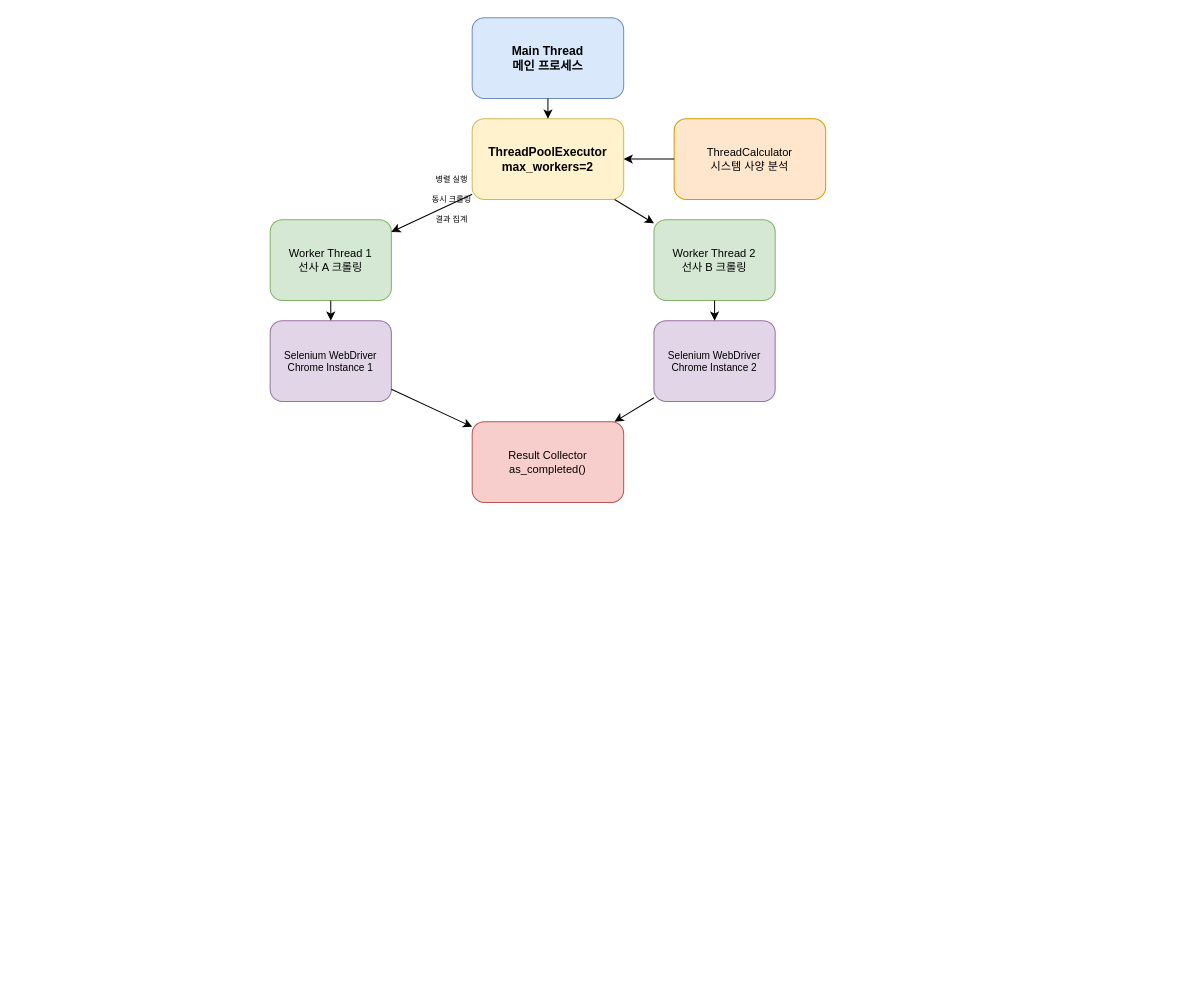
Above: threadHandling.drawio in Binkoon/RPA_Crawling (draw.io), before the change. Source tidied: cells renumbered, new cells numbered last; positions are measured from the earlier drawing's top-left corner, leaving out a move shared by most shapes. Both pictures are drawn from the tidied source at 101%, with x=0, y=0 at pixel (270, 17).
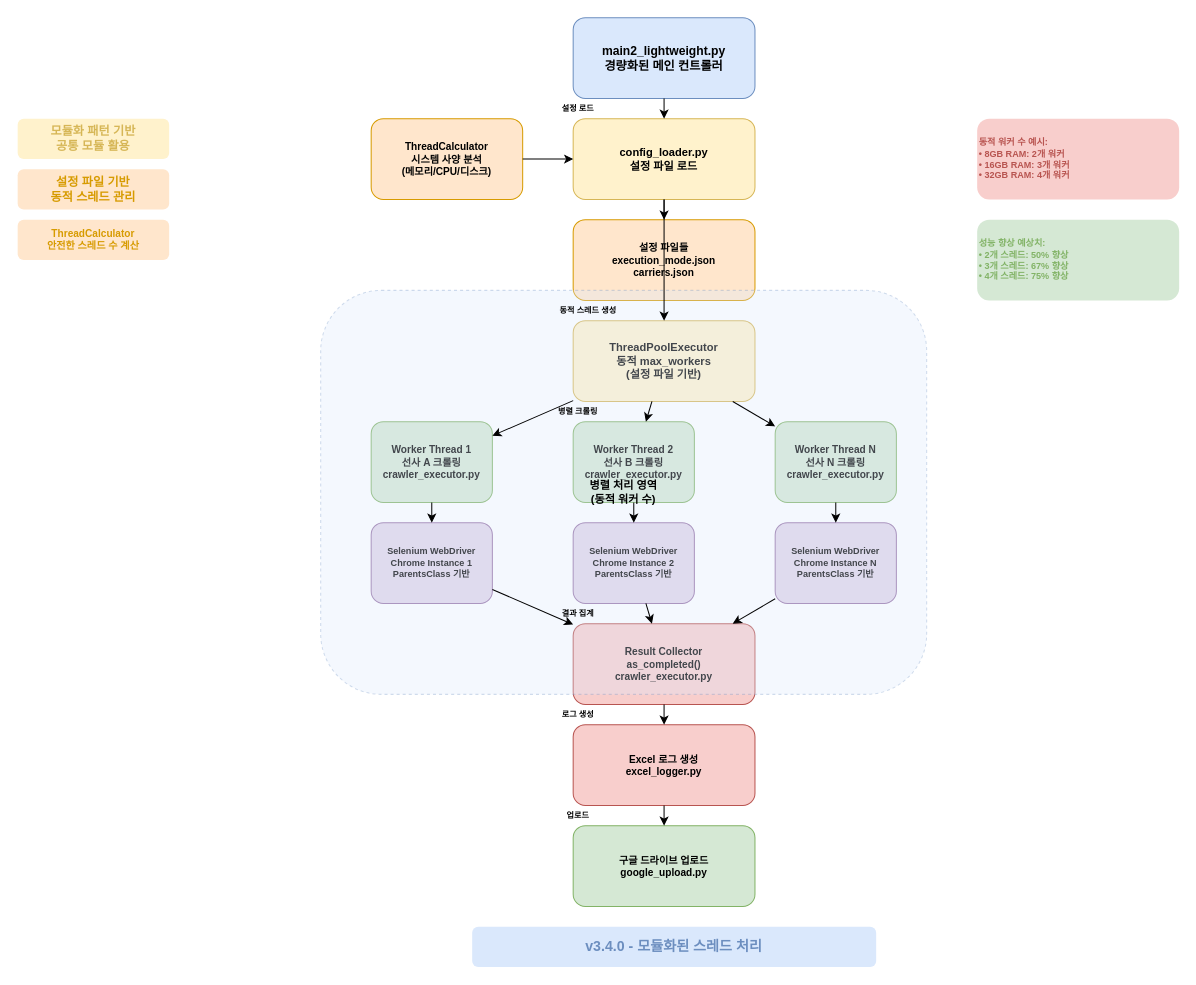
The same page after the edit.

What changed in the source:
```diff
@@
-    <mxCell id="2" value="Main Thread&#10;메인 프로세스" style="rounded=1;whiteSpace=wrap;html=1;fillColor=#dae8fc;strokeColor=#6c8ebf;fontSize=12;fontStyle=1;" parent="1" vertex="1">
-      <mxGeometry x="200" width="150" height="80" as="geometry" />
+    <mxCell id="2" value="main2_lightweight.py&#10;경량화된 메인 컨트롤러" style="rounded=1;whiteSpace=wrap;html=1;fillColor=#dae8fc;strokeColor=#6c8ebf;fontSize=12;fontStyle=1;" parent="1" vertex="1">
+      <mxGeometry x="300" width="180" height="80" as="geometry" />
     </mxCell>
+    <mxCell id="21" value="config_loader.py&#10;설정 파일 로드" style="rounded=1;whiteSpace=wrap;html=1;fillColor=#fff2cc;strokeColor=#d6b656;fontSize=11;fontStyle=1;" parent="1" vertex="1">
+      <mxGeometry x="300" y="100" width="180" height="80" as="geometry" />
+    </mxCell>
+    <mxCell id="22" value="설정 파일들&#10;execution_mode.json&#10;carriers.json" style="rounded=1;whiteSpace=wrap;html=1;fillColor=#ffe6cc;strokeColor=#d79b00;fontSize=10;fontStyle=1;" parent="1" vertex="1">
+      <mxGeometry x="300" y="200" width="180" height="80" as="geometry" />
+    </mxCell>
+    <mxCell id="9" value="ThreadCalculator&#10;시스템 사양 분석&#10;(메모리/CPU/디스크)" style="rounded=1;whiteSpace=wrap;html=1;fillColor=#ffe6cc;strokeColor=#d79b00;fontSize=10;fontStyle=1;" parent="1" vertex="1">
+      <mxGeometry x="100" y="100" width="150" height="80" as="geometry" />
+    </mxCell>
-    <mxCell id="3" value="ThreadPoolExecutor&#10;max_workers=2" style="rounded=1;whiteSpace=wrap;html=1;fillColor=#fff2cc;strokeColor=#d6b656;fontSize=12;fontStyle=1;" parent="1" vertex="1">
-      <mxGeometry x="200" y="100" width="150" height="80" as="geometry" />
+    <mxCell id="3" value="ThreadPoolExecutor&#10;동적 max_workers&#10;(설정 파일 기반)" style="rounded=1;whiteSpace=wrap;html=1;fillColor=#fff2cc;strokeColor=#d6b656;fontSize=11;fontStyle=1;" parent="1" vertex="1">
+      <mxGeometry x="300" y="300" width="180" height="80" as="geometry" />
     </mxCell>
-    <mxCell id="4" value="Worker Thread 1&#10;선사 A 크롤링" style="rounded=1;whiteSpace=wrap;html=1;fillColor=#d5e8d4;strokeColor=#82b366;fontSize=11;" parent="1" vertex="1">
-      <mxGeometry y="200" width="120" height="80" as="geometry" />
+    <mxCell id="4" value="Worker Thread 1&#10;선사 A 크롤링&#10;crawler_executor.py" style="rounded=1;whiteSpace=wrap;html=1;fillColor=#d5e8d4;strokeColor=#82b366;fontSize=10;fontStyle=1;" parent="1" vertex="1">
+      <mxGeometry x="100" y="400" width="120" height="80" as="geometry" />
     </mxCell>
-    <mxCell id="5" value="Worker Thread 2&#10;선사 B 크롤링" style="rounded=1;whiteSpace=wrap;html=1;fillColor=#d5e8d4;strokeColor=#82b366;fontSize=11;" parent="1" vertex="1">
-      <mxGeometry x="380" y="200" width="120" height="80" as="geometry" />
+    <mxCell id="5" value="Worker Thread 2&#10;선사 B 크롤링&#10;crawler_executor.py" style="rounded=1;whiteSpace=wrap;html=1;fillColor=#d5e8d4;strokeColor=#82b366;fontSize=10;fontStyle=1;" parent="1" vertex="1">
+      <mxGeometry x="300" y="400" width="120" height="80" as="geometry" />
     </mxCell>
+    <mxCell id="23" value="Worker Thread N&#10;선사 N 크롤링&#10;crawler_executor.py" style="rounded=1;whiteSpace=wrap;html=1;fillColor=#d5e8d4;strokeColor=#82b366;fontSize=10;fontStyle=1;" parent="1" vertex="1">
+      <mxGeometry x="500" y="400" width="120" height="80" as="geometry" />
+    </mxCell>
-    <mxCell id="6" value="Selenium WebDriver&#10;Chrome Instance 1" style="rounded=1;whiteSpace=wrap;html=1;fillColor=#e1d5e7;strokeColor=#9673a6;fontSize=10;" parent="1" vertex="1">
-      <mxGeometry y="300" width="120" height="80" as="geometry" />
+    <mxCell id="6" value="Selenium WebDriver&#10;Chrome Instance 1&#10;ParentsClass 기반" style="rounded=1;whiteSpace=wrap;html=1;fillColor=#e1d5e7;strokeColor=#9673a6;fontSize=9;fontStyle=1;" parent="1" vertex="1">
+      <mxGeometry x="100" y="500" width="120" height="80" as="geometry" />
     </mxCell>
-    <mxCell id="7" value="Selenium WebDriver&#10;Chrome Instance 2" style="rounded=1;whiteSpace=wrap;html=1;fillColor=#e1d5e7;strokeColor=#9673a6;fontSize=10;" parent="1" vertex="1">
-      <mxGeometry x="380" y="300" width="120" height="80" as="geometry" />
+    <mxCell id="7" value="Selenium WebDriver&#10;Chrome Instance 2&#10;ParentsClass 기반" style="rounded=1;whiteSpace=wrap;html=1;fillColor=#e1d5e7;strokeColor=#9673a6;fontSize=9;fontStyle=1;" parent="1" vertex="1">
+      <mxGeometry x="300" y="500" width="120" height="80" as="geometry" />
     </mxCell>
+    <mxCell id="24" value="Selenium WebDriver&#10;Chrome Instance N&#10;ParentsClass 기반" style="rounded=1;whiteSpace=wrap;html=1;fillColor=#e1d5e7;strokeColor=#9673a6;fontSize=9;fontStyle=1;" parent="1" vertex="1">
+      <mxGeometry x="500" y="500" width="120" height="80" as="geometry" />
+    </mxCell>
-    <mxCell id="8" value="Result Collector&#10;as_completed()" style="rounded=1;whiteSpace=wrap;html=1;fillColor=#f8cecc;strokeColor=#b85450;fontSize=11;" parent="1" vertex="1">
-      <mxGeometry x="200" y="400" width="150" height="80" as="geometry" />
+    <mxCell id="8" value="Result Collector&#10;as_completed()&#10;crawler_executor.py" style="rounded=1;whiteSpace=wrap;html=1;fillColor=#f8cecc;strokeColor=#b85450;fontSize=10;fontStyle=1;" parent="1" vertex="1">
+      <mxGeometry x="300" y="600" width="180" height="80" as="geometry" />
     </mxCell>
-    <mxCell id="9" value="ThreadCalculator&#10;시스템 사양 분석" style="rounded=1;whiteSpace=wrap;html=1;fillColor=#ffe6cc;strokeColor=#d79b00;fontSize=11;" parent="1" vertex="1">
-      <mxGeometry x="400" y="100" width="150" height="80" as="geometry" />
-    </mxCell>
+    <mxCell id="25" value="Excel 로그 생성&#10;excel_logger.py" style="rounded=1;whiteSpace=wrap;html=1;fillColor=#f8cecc;strokeColor=#b85450;fontSize=10;fontStyle=1;" parent="1" vertex="1">
+      <mxGeometry x="300" y="700" width="180" height="80" as="geometry" />
+    </mxCell>
+    <mxCell id="26" value="구글 드라이브 업로드&#10;google_upload.py" style="rounded=1;whiteSpace=wrap;html=1;fillColor=#d5e8d4;strokeColor=#82b366;fontSize=10;fontStyle=1;" parent="1" vertex="1">
+      <mxGeometry x="300" y="800" width="180" height="80" as="geometry" />
+    </mxCell>
+    <mxCell id="27" value="병렬 처리 영역&#10;(동적 워커 수)" style="rounded=1;whiteSpace=wrap;html=1;fillColor=#dae8fc;strokeColor=#6c8ebf;fontSize=11;fontStyle=1;dashed=1;opacity=30;" parent="1" vertex="1">
+      <mxGeometry x="50" y="270" width="600" height="400" as="geometry" />
+    </mxCell>
-    <mxCell id="10" parent="1" edge="1" source="2" target="3">
+    <mxCell id="10" parent="1" edge="1" source="2" target="21">
       <mxGeometry relative="1" as="geometry" />
     </mxCell>
-    <mxCell id="11" parent="1" edge="1" source="3" target="4">
+    <mxCell id="11" parent="1" edge="1" source="21" target="22">
       <mxGeometry relative="1" as="geometry" />
     </mxCell>
-    <mxCell id="12" parent="1" edge="1" source="3" target="5">
+    <mxCell id="12" parent="1" edge="1" source="9" target="21">
       <mxGeometry relative="1" as="geometry" />
     </mxCell>
-    <mxCell id="13" parent="1" edge="1" source="4" target="6">
+    <mxCell id="13" parent="1" edge="1" source="21" target="3">
       <mxGeometry relative="1" as="geometry" />
     </mxCell>
-    <mxCell id="14" parent="1" edge="1" source="5" target="7">
+    <mxCell id="14" parent="1" edge="1" source="3" target="4">
       <mxGeometry relative="1" as="geometry" />
     </mxCell>
-    <mxCell id="15" parent="1" edge="1" source="6" target="8">
+    <mxCell id="15" parent="1" edge="1" source="3" target="5">
       <mxGeometry relative="1" as="geometry" />
     </mxCell>
-    <mxCell id="16" parent="1" edge="1" source="7" target="8">
+    <mxCell id="16" parent="1" edge="1" source="3" target="23">
       <mxGeometry relative="1" as="geometry" />
     </mxCell>
-    <mxCell id="17" parent="1" edge="1" source="9" target="3">
+    <mxCell id="17" parent="1" edge="1" source="4" target="6">
       <mxGeometry relative="1" as="geometry" />
     </mxCell>
+    <mxCell id="28" parent="1" edge="1" source="5" target="7">
+      <mxGeometry relative="1" as="geometry" />
+    </mxCell>
+    <mxCell id="29" parent="1" edge="1" source="23" target="24">
+      <mxGeometry relative="1" as="geometry" />
+    </mxCell>
+    <mxCell id="30" parent="1" edge="1" source="6" target="8">
+      <mxGeometry relative="1" as="geometry" />
+    </mxCell>
+    <mxCell id="31" parent="1" edge="1" source="7" target="8">
+      <mxGeometry relative="1" as="geometry" />
+    </mxCell>
+    <mxCell id="32" parent="1" edge="1" source="24" target="8">
+      <mxGeometry relative="1" as="geometry" />
+    </mxCell>
+    <mxCell id="33" parent="1" edge="1" source="8" target="25">
+      <mxGeometry relative="1" as="geometry" />
+    </mxCell>
+    <mxCell id="34" parent="1" edge="1" source="25" target="26">
+      <mxGeometry relative="1" as="geometry" />
+    </mxCell>
-    <mxCell id="18" value="병렬 실행" style="text;html=1;strokeColor=none;fillColor=none;align=center;verticalAlign=middle;whiteSpace=wrap;rounded=0;fontSize=8;" parent="1" vertex="1">
-      <mxGeometry x="150" y="150" width="60" height="20" as="geometry" />
+    <mxCell id="18" value="설정 로드" style="text;html=1;strokeColor=none;fillColor=none;align=center;verticalAlign=middle;whiteSpace=wrap;rounded=0;fontSize=8;fontStyle=1;" parent="1" vertex="1">
+      <mxGeometry x="275" y="80" width="60" height="20" as="geometry" />
     </mxCell>
-    <mxCell id="19" value="동시 크롤링" style="text;html=1;strokeColor=none;fillColor=none;align=center;verticalAlign=middle;whiteSpace=wrap;rounded=0;fontSize=8;" parent="1" vertex="1">
-      <mxGeometry x="150" y="170" width="60" height="20" as="geometry" />
+    <mxCell id="19" value="동적 스레드 생성" style="text;html=1;strokeColor=none;fillColor=none;align=center;verticalAlign=middle;whiteSpace=wrap;rounded=0;fontSize=8;fontStyle=1;" parent="1" vertex="1">
+      <mxGeometry x="275" y="280" width="80" height="20" as="geometry" />
     </mxCell>
-    <mxCell id="20" value="결과 집계" style="text;html=1;strokeColor=none;fillColor=none;align=center;verticalAlign=middle;whiteSpace=wrap;rounded=0;fontSize=8;" parent="1" vertex="1">
-      <mxGeometry x="150" y="190" width="60" height="20" as="geometry" />
+    <mxCell id="20" value="병렬 크롤링" style="text;html=1;strokeColor=none;fillColor=none;align=center;verticalAlign=middle;whiteSpace=wrap;rounded=0;fontSize=8;fontStyle=1;" parent="1" vertex="1">
+      <mxGeometry x="275" y="380" width="60" height="20" as="geometry" />
     </mxCell>
+    <mxCell id="35" value="결과 집계" style="text:html=1;strokeColor=none;fillColor=none;align=center;verticalAlign=middle;whiteSpace=wrap;rounded=0;fontSize=8;fontStyle=1;" parent="1" vertex="1">
+      <mxGeometry x="275" y="580" width="60" height="20" as="geometry" />
+    </mxCell>
+    <mxCell id="36" value="로그 생성" style="text;html=1;strokeColor=none;fillColor=none;align=center;verticalAlign=middle;whiteSpace=wrap;rounded=0;fontSize=8;fontStyle=1;" parent="1" vertex="1">
+      <mxGeometry x="275" y="680" width="60" height="20" as="geometry" />
+    </mxCell>
+    <mxCell id="37" value="업로드" style="text;html=1;strokeColor=none;fillColor=none;align=center;verticalAlign=middle;whiteSpace=wrap;rounded=0;fontSize=8;fontStyle=1;" parent="1" vertex="1">
+      <mxGeometry x="275" y="780" width="60" height="20" as="geometry" />
+    </mxCell>
+    <mxCell id="38" value="모듈화 패턴 기반&#10;공통 모듈 활용" style="text;html=1;strokeColor=none;fillColor=#fff2cc;align=center;verticalAlign=middle;whiteSpace=wrap;rounded=1;fontSize=12;fontStyle=1;fontColor=#d6b656;" parent="1" vertex="1">
+      <mxGeometry x="-250" y="100" width="150" height="40" as="geometry" />
+    </mxCell>
+    <mxCell id="39" value="설정 파일 기반&#10;동적 스레드 관리" style="text;html=1;strokeColor=none;fillColor=#ffe6cc;align=center;verticalAlign=middle;whiteSpace=wrap;rounded=1;fontSize=12;fontStyle=1;fontColor=#d79b00;" parent="1" vertex="1">
+      <mxGeometry x="-250" y="150" width="150" height="40" as="geometry" />
+    </mxCell>
+    <mxCell id="40" value="ThreadCalculator&#10;안전한 스레드 수 계산" style="text;html=1;strokeColor=none;fillColor=#ffe6cc;align=center;verticalAlign=middle;whiteSpace=wrap;rounded=1;fontSize=10;fontStyle=1;fontColor=#d79b00;" parent="1" vertex="1">
+      <mxGeometry x="-250" y="200" width="150" height="40" as="geometry" />
+    </mxCell>
+    <mxCell id="41" value="v3.4.0 - 모듈화된 스레드 처리" style="text;html=1;strokeColor=none;fillColor=#dae8fc;align=center;verticalAlign=middle;whiteSpace=wrap;rounded=1;fontSize=14;fontStyle=1;fontColor=#6c8ebf;" parent="1" vertex="1">
+      <mxGeometry x="200" y="900" width="400" height="40" as="geometry" />
+    </mxCell>
+    <mxCell id="42" value="동적 워커 수 예시:&#10;• 8GB RAM: 2개 워커&#10;• 16GB RAM: 3개 워커&#10;• 32GB RAM: 4개 워커" style="text;html=1;strokeColor=none;fillColor=#f8cecc;align=left;verticalAlign=middle;whiteSpace=wrap;rounded=1;fontSize=9;fontStyle=1;fontColor=#b85450;" parent="1" vertex="1">
+      <mxGeometry x="700" y="100" width="200" height="80" as="geometry" />
+    </mxCell>
+    <mxCell id="43" value="성능 향상 예상치:&#10;• 2개 스레드: 50% 향상&#10;• 3개 스레드: 67% 향상&#10;• 4개 스레드: 75% 향상" style="text;html=1;strokeColor=none;fillColor=#d5e8d4;align=left;verticalAlign=middle;whiteSpace=wrap;rounded=1;fontSize=9;fontStyle=1;fontColor=#82b366;" parent="1" vertex="1">
+      <mxGeometry x="700" y="200" width="200" height="80" as="geometry" />
+    </mxCell>
```
